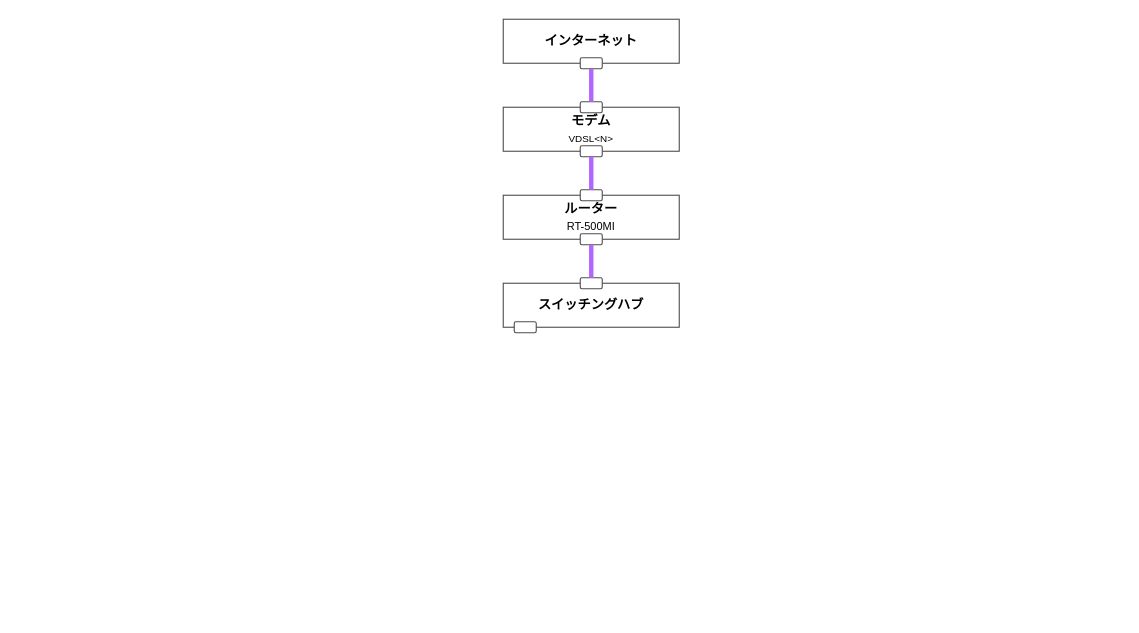
Earlier version of the draw.io diagram lan_traffic.drawio (FunabikiKeisuke/lan_traffic). Source tidied: cells renumbered, new cells numbered last; positions are measured from the earlier drawing's top-left corner, leaving out a move shared by most shapes. Both pictures are drawn from the tidied source at 110%, with x=0, y=0 at pixel (503, 19).
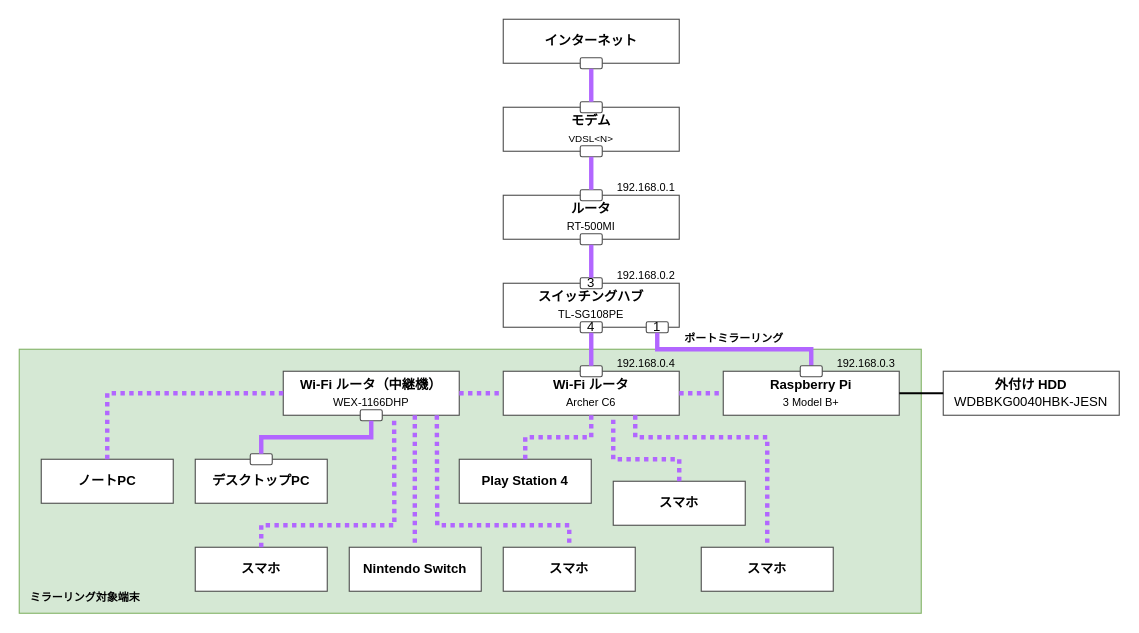
The same diagram, later.

Change to the diagram source:
```diff
@@
+    <mxCell id="16" style="rounded=0;whiteSpace=wrap;html=1;fontFamily=Helvetica;fontSize=10;strokeColor=#82b366;align=center;fillColor=#d5e8d4;" parent="1" vertex="1">
+      <mxGeometry x="-440" y="300" width="820" height="240" as="geometry" />
+    </mxCell>
@@
-    <mxCell id="4" value="&lt;b&gt;ルーター&lt;/b&gt;&lt;br&gt;&lt;font style=&quot;font-size: 10px&quot;&gt;RT-500MI&lt;/font&gt;" style="rounded=0;whiteSpace=wrap;html=1;strokeColor=#4D4D4D;" parent="1" vertex="1">
+    <mxCell id="4" value="&lt;b&gt;ルータ&lt;/b&gt;&lt;br&gt;&lt;font style=&quot;font-size: 10px&quot;&gt;RT-500MI&lt;/font&gt;" style="rounded=0;whiteSpace=wrap;html=1;strokeColor=#4D4D4D;" parent="1" vertex="1">
       <mxGeometry y="160" width="160" height="40" as="geometry" />
     </mxCell>
-    <mxCell id="5" value="&lt;b&gt;スイッチングハブ&lt;/b&gt;" style="rounded=0;whiteSpace=wrap;html=1;strokeColor=#4D4D4D;" parent="1" vertex="1">
+    <mxCell id="5" value="&lt;b&gt;スイッチングハブ&lt;/b&gt;&lt;br&gt;&lt;font style=&quot;font-size: 10px&quot;&gt;TL-SG108PE&lt;/font&gt;" style="rounded=0;whiteSpace=wrap;html=1;strokeColor=#4D4D4D;" parent="1" vertex="1">
       <mxGeometry y="240" width="160" height="40" as="geometry" />
     </mxCell>
-    <mxCell id="6" style="rounded=1;whiteSpace=wrap;html=1;strokeColor=#4D4D4D;" parent="1" vertex="1">
-      <mxGeometry x="10" y="275" width="20" height="10" as="geometry" />
+    <mxCell id="6" value="4" style="rounded=1;whiteSpace=wrap;html=1;strokeColor=#4D4D4D;" parent="1" vertex="1">
+      <mxGeometry x="70" y="275" width="20" height="10" as="geometry" />
     </mxCell>
@@
-    <mxCell id="14" style="rounded=1;whiteSpace=wrap;html=1;strokeColor=#4D4D4D;" parent="1" vertex="1">
+    <mxCell id="14" value="&lt;p&gt;&lt;font style=&quot;font-size: 12px&quot;&gt;3&lt;/font&gt;&lt;/p&gt;" style="rounded=1;whiteSpace=wrap;html=1;strokeColor=#4D4D4D;align=center;" parent="1" vertex="1">
       <mxGeometry x="70" y="235" width="20" height="10" as="geometry" />
     </mxCell>
@@
+    <mxCell id="17" value="&lt;p&gt;1&lt;/p&gt;" style="rounded=1;whiteSpace=wrap;html=1;strokeColor=#4D4D4D;align=center;" parent="1" vertex="1">
+      <mxGeometry x="130" y="275" width="20" height="10" as="geometry" />
+    </mxCell>
+    <mxCell id="18" value="&lt;b&gt;Wi-Fi ルータ&lt;/b&gt;&lt;br&gt;&lt;span style=&quot;font-size: 10px&quot;&gt;Archer C6&lt;/span&gt;" style="rounded=0;whiteSpace=wrap;html=1;strokeColor=#4D4D4D;" parent="1" vertex="1">
+      <mxGeometry y="320" width="160" height="40" as="geometry" />
+    </mxCell>
+    <mxCell id="19" value="&lt;p&gt;&lt;br&gt;&lt;/p&gt;" style="rounded=1;whiteSpace=wrap;html=1;strokeColor=#4D4D4D;align=center;" parent="1" vertex="1">
+      <mxGeometry x="70" y="315" width="20" height="10" as="geometry" />
+    </mxCell>
+    <mxCell id="20" style="endArrow=none;html=1;rounded=0;strokeWidth=4;strokeColor=#B266FF;exitX=0.5;exitY=0;exitDx=0;exitDy=0;entryX=0.5;entryY=1;entryDx=0;entryDy=0;" parent="1" edge="1" source="19" target="6">
+      <mxGeometry relative="1" as="geometry">
+        <Array as="points">
+          <mxPoint x="80" y="300" />
+        </Array>
+      </mxGeometry>
+    </mxCell>
+    <mxCell id="21" value="&lt;b&gt;Raspberry Pi&lt;/b&gt;&lt;br&gt;&lt;span style=&quot;font-size: 10px&quot;&gt;3 Model B+&lt;/span&gt;" style="rounded=0;whiteSpace=wrap;html=1;strokeColor=#4D4D4D;" parent="1" vertex="1">
+      <mxGeometry x="200" y="320" width="160" height="40" as="geometry" />
+    </mxCell>
+    <mxCell id="22" value="&lt;b&gt;Wi-Fi ルータ（中継機）&lt;/b&gt;&lt;br&gt;&lt;span style=&quot;font-size: 10px&quot;&gt;WEX-1166DHP&lt;/span&gt;" style="rounded=0;whiteSpace=wrap;html=1;strokeColor=#4D4D4D;" parent="1" vertex="1">
+      <mxGeometry x="-200" y="320" width="160" height="40" as="geometry" />
+    </mxCell>
+    <mxCell id="23" style="endArrow=none;html=1;rounded=0;strokeWidth=4;strokeColor=#B266FF;exitX=0.5;exitY=1;exitDx=0;exitDy=0;entryX=0.5;entryY=0;entryDx=0;entryDy=0;" parent="1" edge="1" source="17" target="24">
+      <mxGeometry relative="1" as="geometry">
+        <Array as="points">
+          <mxPoint x="140" y="300" />
+          <mxPoint x="280" y="300" />
+        </Array>
+      </mxGeometry>
+    </mxCell>
+    <mxCell id="24" value="&lt;p&gt;&lt;br&gt;&lt;/p&gt;" style="rounded=1;whiteSpace=wrap;html=1;strokeColor=#4D4D4D;align=center;" parent="1" vertex="1">
+      <mxGeometry x="270" y="315" width="20" height="10" as="geometry" />
+    </mxCell>
+    <mxCell id="25" style="endArrow=none;html=1;rounded=0;strokeWidth=4;strokeColor=#B266FF;exitX=1;exitY=0.5;exitDx=0;exitDy=0;entryX=0;entryY=0.5;entryDx=0;entryDy=0;dashed=1;dashPattern=1 1;" parent="1" edge="1" source="22" target="18">
+      <mxGeometry relative="1" as="geometry" />
+    </mxCell>
+    <mxCell id="26" value="&lt;b&gt;ポートミラーリング&lt;/b&gt;" style="text;html=1;strokeColor=none;fillColor=none;align=center;verticalAlign=middle;whiteSpace=wrap;rounded=0;fontFamily=Helvetica;fontSize=10;" parent="1" vertex="1">
+      <mxGeometry x="150" y="275" width="120" height="30" as="geometry" />
+    </mxCell>
+    <mxCell id="27" style="endArrow=none;html=1;rounded=0;strokeWidth=4;strokeColor=#B266FF;exitX=1;exitY=0.5;exitDx=0;exitDy=0;entryX=0;entryY=0.5;entryDx=0;entryDy=0;dashed=1;dashPattern=1 1;" parent="1" edge="1" source="18" target="21">
+      <mxGeometry relative="1" as="geometry" />
+    </mxCell>
+    <mxCell id="28" value="&lt;b&gt;外付け HDD&lt;br&gt;&lt;/b&gt;WDBBKG0040HBK-JESN" style="rounded=0;whiteSpace=wrap;html=1;strokeColor=#4D4D4D;" parent="1" vertex="1">
+      <mxGeometry x="400" y="320" width="160" height="40" as="geometry" />
+    </mxCell>
+    <mxCell id="29" style="endArrow=none;html=1;rounded=0;strokeWidth=2;strokeColor=#000000;exitX=0;exitY=0.5;exitDx=0;exitDy=0;entryX=1;entryY=0.5;entryDx=0;entryDy=0;" parent="1" edge="1" source="28" target="21">
+      <mxGeometry relative="1" as="geometry" />
+    </mxCell>
+    <mxCell id="30" value="192.168.0.4" style="text;html=1;strokeColor=none;fillColor=none;align=center;verticalAlign=middle;whiteSpace=wrap;rounded=0;fontFamily=Helvetica;fontSize=10;" parent="1" vertex="1">
+      <mxGeometry x="100" y="305" width="60" height="15" as="geometry" />
+    </mxCell>
+    <mxCell id="31" value="192.168.0.3" style="text;html=1;strokeColor=none;fillColor=none;align=center;verticalAlign=middle;whiteSpace=wrap;rounded=0;fontFamily=Helvetica;fontSize=10;" parent="1" vertex="1">
+      <mxGeometry x="300" y="305" width="60" height="15" as="geometry" />
+    </mxCell>
+    <mxCell id="32" value="192.168.0.2" style="text;html=1;strokeColor=none;fillColor=none;align=center;verticalAlign=middle;whiteSpace=wrap;rounded=0;fontFamily=Helvetica;fontSize=10;" parent="1" vertex="1">
+      <mxGeometry x="100" y="225" width="60" height="15" as="geometry" />
+    </mxCell>
+    <mxCell id="33" value="192.168.0.1" style="text;html=1;strokeColor=none;fillColor=none;align=center;verticalAlign=middle;whiteSpace=wrap;rounded=0;fontFamily=Helvetica;fontSize=10;" parent="1" vertex="1">
+      <mxGeometry x="100" y="145" width="60" height="15" as="geometry" />
+    </mxCell>
+    <mxCell id="34" value="&lt;b&gt;デスクトップPC&lt;/b&gt;" style="rounded=0;whiteSpace=wrap;html=1;strokeColor=#4D4D4D;" parent="1" vertex="1">
+      <mxGeometry x="-280" y="400" width="120" height="40" as="geometry" />
+    </mxCell>
+    <mxCell id="35" value="&lt;b&gt;Nintendo Switch&lt;/b&gt;" style="rounded=0;whiteSpace=wrap;html=1;strokeColor=#4D4D4D;" parent="1" vertex="1">
+      <mxGeometry x="-140" y="480" width="120" height="40" as="geometry" />
+    </mxCell>
+    <mxCell id="36" value="&lt;b&gt;スマホ&lt;/b&gt;" style="rounded=0;whiteSpace=wrap;html=1;strokeColor=#4D4D4D;" parent="1" vertex="1">
+      <mxGeometry y="480" width="120" height="40" as="geometry" />
+    </mxCell>
+    <mxCell id="37" value="&lt;b&gt;スマホ&lt;/b&gt;" style="rounded=0;whiteSpace=wrap;html=1;strokeColor=#4D4D4D;" parent="1" vertex="1">
+      <mxGeometry x="100" y="420" width="120" height="40" as="geometry" />
+    </mxCell>
+    <mxCell id="38" value="&lt;b&gt;Play Station 4&lt;/b&gt;" style="rounded=0;whiteSpace=wrap;html=1;strokeColor=#4D4D4D;" parent="1" vertex="1">
+      <mxGeometry x="-40" y="400" width="120" height="40" as="geometry" />
+    </mxCell>
+    <mxCell id="39" value="&lt;p&gt;&lt;br&gt;&lt;/p&gt;" style="rounded=1;whiteSpace=wrap;html=1;strokeColor=#4D4D4D;align=center;" parent="1" vertex="1">
+      <mxGeometry x="-130" y="355" width="20" height="10" as="geometry" />
+    </mxCell>
+    <mxCell id="40" value="&lt;p&gt;&lt;br&gt;&lt;/p&gt;" style="rounded=1;whiteSpace=wrap;html=1;strokeColor=#4D4D4D;align=center;" parent="1" vertex="1">
+      <mxGeometry x="-230" y="395" width="20" height="10" as="geometry" />
+    </mxCell>
+    <mxCell id="41" style="endArrow=none;html=1;rounded=0;strokeWidth=4;strokeColor=#B266FF;exitX=0.5;exitY=1;exitDx=0;exitDy=0;entryX=0.5;entryY=0;entryDx=0;entryDy=0;" parent="1" edge="1" source="39" target="40">
+      <mxGeometry relative="1" as="geometry">
+        <Array as="points">
+          <mxPoint x="-120" y="380" />
+          <mxPoint x="-220" y="380" />
+        </Array>
+      </mxGeometry>
+    </mxCell>
+    <mxCell id="42" value="&lt;b&gt;スマホ&lt;/b&gt;" style="rounded=0;whiteSpace=wrap;html=1;strokeColor=#4D4D4D;" parent="1" vertex="1">
+      <mxGeometry x="-280" y="480" width="120" height="40" as="geometry" />
+    </mxCell>
+    <mxCell id="43" style="endArrow=none;html=1;rounded=0;strokeWidth=4;strokeColor=#B266FF;exitX=0.5;exitY=0;exitDx=0;exitDy=0;entryX=0.63;entryY=1.054;entryDx=0;entryDy=0;dashed=1;dashPattern=1 1;entryPerimeter=0;" parent="1" edge="1">
+      <mxGeometry relative="1" as="geometry">
+        <mxPoint x="-220" y="480" as="sourcePoint" />
+        <mxPoint x="-99.2" y="362.2" as="targetPoint" />
+        <Array as="points">
+          <mxPoint x="-220" y="460" />
+          <mxPoint x="-99" y="460" />
+        </Array>
+      </mxGeometry>
+    </mxCell>
+    <mxCell id="44" style="endArrow=none;html=1;rounded=0;strokeWidth=4;strokeColor=#B266FF;dashed=1;dashPattern=1 1;" parent="1" edge="1">
+      <mxGeometry relative="1" as="geometry">
+        <mxPoint x="-80.4" y="360" as="sourcePoint" />
+        <mxPoint x="-80.4" y="480" as="targetPoint" />
+      </mxGeometry>
+    </mxCell>
+    <mxCell id="45" style="endArrow=none;html=1;rounded=0;strokeWidth=4;strokeColor=#B266FF;dashed=1;dashPattern=1 1;entryX=0.5;entryY=0;entryDx=0;entryDy=0;" parent="1" edge="1" target="36">
+      <mxGeometry relative="1" as="geometry">
+        <mxPoint x="-60.4" y="360" as="sourcePoint" />
+        <Array as="points">
+          <mxPoint x="-60" y="460" />
+          <mxPoint x="60" y="460" />
+        </Array>
+      </mxGeometry>
+    </mxCell>
+    <mxCell id="46" style="endArrow=none;html=1;rounded=0;strokeWidth=4;strokeColor=#B266FF;exitX=0.5;exitY=0;exitDx=0;exitDy=0;entryX=0.5;entryY=1;entryDx=0;entryDy=0;dashed=1;dashPattern=1 1;" parent="1" edge="1" source="38" target="18">
+      <mxGeometry relative="1" as="geometry">
+        <Array as="points">
+          <mxPoint x="20" y="380" />
+          <mxPoint x="80" y="380" />
+        </Array>
+      </mxGeometry>
+    </mxCell>
+    <mxCell id="47" style="endArrow=none;html=1;rounded=0;strokeWidth=4;strokeColor=#B266FF;exitX=0.5;exitY=0;exitDx=0;exitDy=0;entryX=0.625;entryY=1.054;entryDx=0;entryDy=0;dashed=1;dashPattern=1 1;entryPerimeter=0;" parent="1" edge="1" source="37" target="18">
+      <mxGeometry relative="1" as="geometry">
+        <Array as="points">
+          <mxPoint x="160" y="400" />
+          <mxPoint x="100" y="400" />
+        </Array>
+      </mxGeometry>
+    </mxCell>
+    <mxCell id="48" value="&lt;b&gt;スマホ&lt;/b&gt;" style="rounded=0;whiteSpace=wrap;html=1;strokeColor=#4D4D4D;" parent="1" vertex="1">
+      <mxGeometry x="180" y="480" width="120" height="40" as="geometry" />
+    </mxCell>
+    <mxCell id="49" style="endArrow=none;html=1;rounded=0;strokeWidth=4;strokeColor=#B266FF;exitX=0.75;exitY=1;exitDx=0;exitDy=0;entryX=0.5;entryY=0;entryDx=0;entryDy=0;dashed=1;dashPattern=1 1;" parent="1" edge="1" source="18" target="48">
+      <mxGeometry relative="1" as="geometry">
+        <Array as="points">
+          <mxPoint x="120" y="380" />
+          <mxPoint x="240" y="380" />
+        </Array>
+      </mxGeometry>
+    </mxCell>
+    <mxCell id="50" value="&lt;b&gt;ノートPC&lt;/b&gt;" style="rounded=0;whiteSpace=wrap;html=1;strokeColor=#4D4D4D;" parent="1" vertex="1">
+      <mxGeometry x="-420" y="400" width="120" height="40" as="geometry" />
+    </mxCell>
+    <mxCell id="51" style="endArrow=none;html=1;rounded=0;strokeWidth=4;strokeColor=#B266FF;exitX=0.5;exitY=0;exitDx=0;exitDy=0;entryX=0;entryY=0.5;entryDx=0;entryDy=0;dashed=1;dashPattern=1 1;" parent="1" edge="1" source="50" target="22">
+      <mxGeometry relative="1" as="geometry">
+        <Array as="points">
+          <mxPoint x="-360" y="340" />
+        </Array>
+      </mxGeometry>
+    </mxCell>
+    <mxCell id="52" value="&lt;b&gt;ミラーリング対象端末&lt;/b&gt;" style="text;html=1;strokeColor=none;fillColor=none;align=center;verticalAlign=middle;whiteSpace=wrap;rounded=0;fontFamily=Helvetica;fontSize=10;" parent="1" vertex="1">
+      <mxGeometry x="-440" y="510" width="120" height="30" as="geometry" />
+    </mxCell>
```
